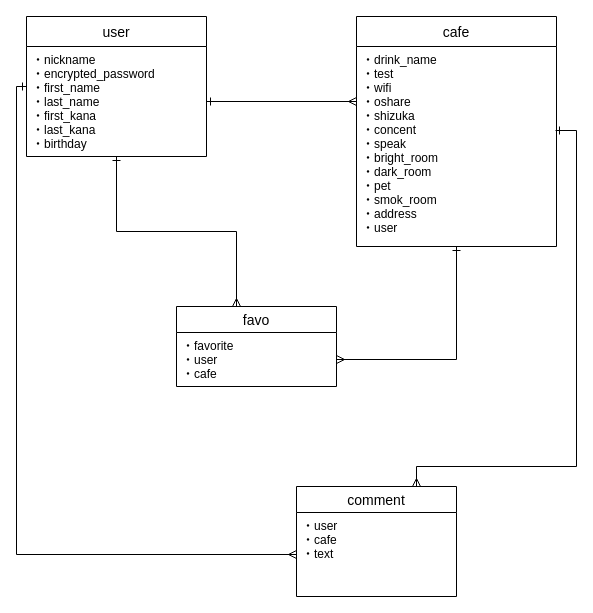
The draw.io diagram cafe.dio in ootakekou/cafein, before the edit. Source tidied: cells renumbered, new cells numbered last; positions are measured from the earlier drawing's top-left corner, leaving out a move shared by most shapes. Both pictures are drawn from the tidied source at 100%, with x=0, y=0 at pixel (16, 16).
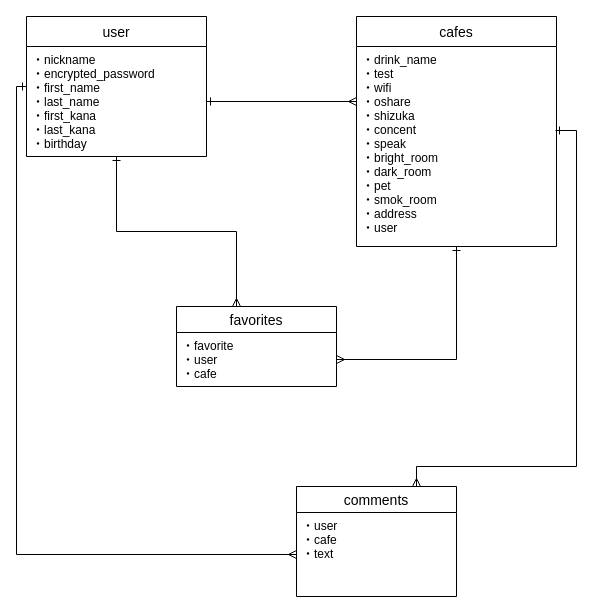
The same diagram, later.

Change to the diagram source:
```diff
@@
 <mxGraphModel>
   <root>
     <mxCell id="0" />
     <mxCell id="1" parent="0" />
     <mxCell id="2" style="edgeStyle=orthogonalEdgeStyle;rounded=0;jettySize=auto;html=1;entryX=0.375;entryY=0;entryDx=0;entryDy=0;entryPerimeter=0;startArrow=ERone;startFill=0;endArrow=ERmany;endFill=0;" parent="1" edge="1" source="4" target="9">
       <mxGeometry relative="1" as="geometry" />
     </mxCell>
     <mxCell id="3" style="edgeStyle=orthogonalEdgeStyle;rounded=0;jettySize=auto;html=1;startArrow=ERone;startFill=0;endArrow=ERmany;endFill=0;entryX=0;entryY=0.5;entryDx=0;entryDy=0;" parent="1" edge="1" source="4" target="13">
       <mxGeometry relative="1" as="geometry">
         <Array as="points">
           <mxPoint y="70" />
           <mxPoint y="538" />
         </Array>
       </mxGeometry>
     </mxCell>
     <mxCell id="4" value="user" style="swimlane;fontStyle=0;horizontal=1;startSize=30;align=center;fontSize=14;glass=0;rounded=0;shadow=0;swimlaneLine=1;" parent="1" vertex="1">
       <mxGeometry x="10" width="180" height="140" as="geometry" />
     </mxCell>
     <mxCell id="5" value="・nickname&#10;・encrypted_password&#10;・first_name&#10;・last_name&#10;・first_kana&#10;・last_kana&#10;・birthday" style="text;strokeColor=none;fillColor=none;spacingLeft=4;spacingRight=4;overflow=hidden;points=[[0,0.5],[1,0.5]];portConstraint=eastwest;fontSize=12;" parent="4" vertex="1">
       <mxGeometry y="30" width="180" height="110" as="geometry" />
     </mxCell>
     <mxCell id="6" style="edgeStyle=orthogonalEdgeStyle;rounded=0;jettySize=auto;html=1;entryX=1;entryY=0.5;entryDx=0;entryDy=0;startArrow=ERone;startFill=0;endArrow=ERmany;endFill=0;" parent="1" edge="1" source="7" target="10">
       <mxGeometry relative="1" as="geometry" />
     </mxCell>
-    <mxCell id="7" value="cafe" style="swimlane;fontStyle=0;horizontal=1;startSize=30;align=center;fontSize=14;rounded=0;shadow=0;glass=0;" parent="1" vertex="1">
+    <mxCell id="7" value="cafes" style="swimlane;fontStyle=0;horizontal=1;startSize=30;align=center;fontSize=14;rounded=0;shadow=0;glass=0;" parent="1" vertex="1">
       <mxGeometry x="340" width="200" height="230" as="geometry" />
     </mxCell>
     <mxCell id="8" value="・drink_name&#10;・test&#10;・wifi&#10;・oshare&#10;・shizuka&#10;・concent&#10;・speak&#10;・bright_room&#10;・dark_room&#10;・pet&#10;・smok_room&#10;・address&#10;・user" style="text;strokeColor=none;fillColor=none;spacingLeft=4;spacingRight=4;overflow=hidden;points=[[0,0.5],[1,0.5]];portConstraint=eastwest;fontSize=12;" parent="7" vertex="1">
       <mxGeometry y="30" width="200" height="200" as="geometry" />
     </mxCell>
-    <mxCell id="9" value="favo" style="swimlane;fontStyle=0;horizontal=1;startSize=26;align=center;fontSize=14;rounded=0;shadow=0;glass=0;" parent="1" vertex="1">
+    <mxCell id="9" value="favorites" style="swimlane;fontStyle=0;horizontal=1;startSize=26;align=center;fontSize=14;rounded=0;shadow=0;glass=0;" parent="1" vertex="1">
       <mxGeometry x="160" y="290" width="160" height="80" as="geometry" />
     </mxCell>
     <mxCell id="10" value="・favorite&#10;・user&#10;・cafe" style="text;strokeColor=none;fillColor=none;spacingLeft=4;spacingRight=4;overflow=hidden;points=[[0,0.5],[1,0.5]];portConstraint=eastwest;fontSize=12;" parent="9" vertex="1">
       <mxGeometry y="26" width="160" height="54" as="geometry" />
     </mxCell>
     <mxCell id="11" style="edgeStyle=orthogonalEdgeStyle;rounded=0;jettySize=auto;html=1;exitX=0.75;exitY=0;exitDx=0;exitDy=0;entryX=0.995;entryY=0.42;entryDx=0;entryDy=0;entryPerimeter=0;startArrow=ERmany;startFill=0;endArrow=ERone;endFill=0;" parent="1" edge="1" source="12" target="8">
       <mxGeometry relative="1" as="geometry">
         <Array as="points">
           <mxPoint x="400" y="450" />
           <mxPoint x="560" y="450" />
           <mxPoint x="560" y="114" />
         </Array>
       </mxGeometry>
     </mxCell>
-    <mxCell id="12" value="comment" style="swimlane;fontStyle=0;horizontal=1;startSize=26;align=center;fontSize=14;rounded=0;shadow=0;glass=0;" parent="1" vertex="1">
+    <mxCell id="12" value="comments" style="swimlane;fontStyle=0;horizontal=1;startSize=26;align=center;fontSize=14;rounded=0;shadow=0;glass=0;" parent="1" vertex="1">
       <mxGeometry x="280" y="470" width="160" height="110" as="geometry" />
     </mxCell>
     <mxCell id="13" value="・user&#10;・cafe&#10;・text" style="text;strokeColor=none;fillColor=none;spacingLeft=4;spacingRight=4;overflow=hidden;points=[[0,0.5],[1,0.5]];portConstraint=eastwest;fontSize=12;" parent="12" vertex="1">
       <mxGeometry y="26" width="160" height="84" as="geometry" />
     </mxCell>
     <mxCell id="14" style="edgeStyle=orthogonalEdgeStyle;rounded=0;jettySize=auto;html=1;exitX=1;exitY=0.5;exitDx=0;exitDy=0;entryX=0;entryY=0.275;entryDx=0;entryDy=0;entryPerimeter=0;endArrow=ERmany;endFill=0;startArrow=ERone;startFill=0;" parent="1" edge="1" source="5" target="8">
       <mxGeometry relative="1" as="geometry" />
     </mxCell>
   </root>
 </mxGraphModel>
```
